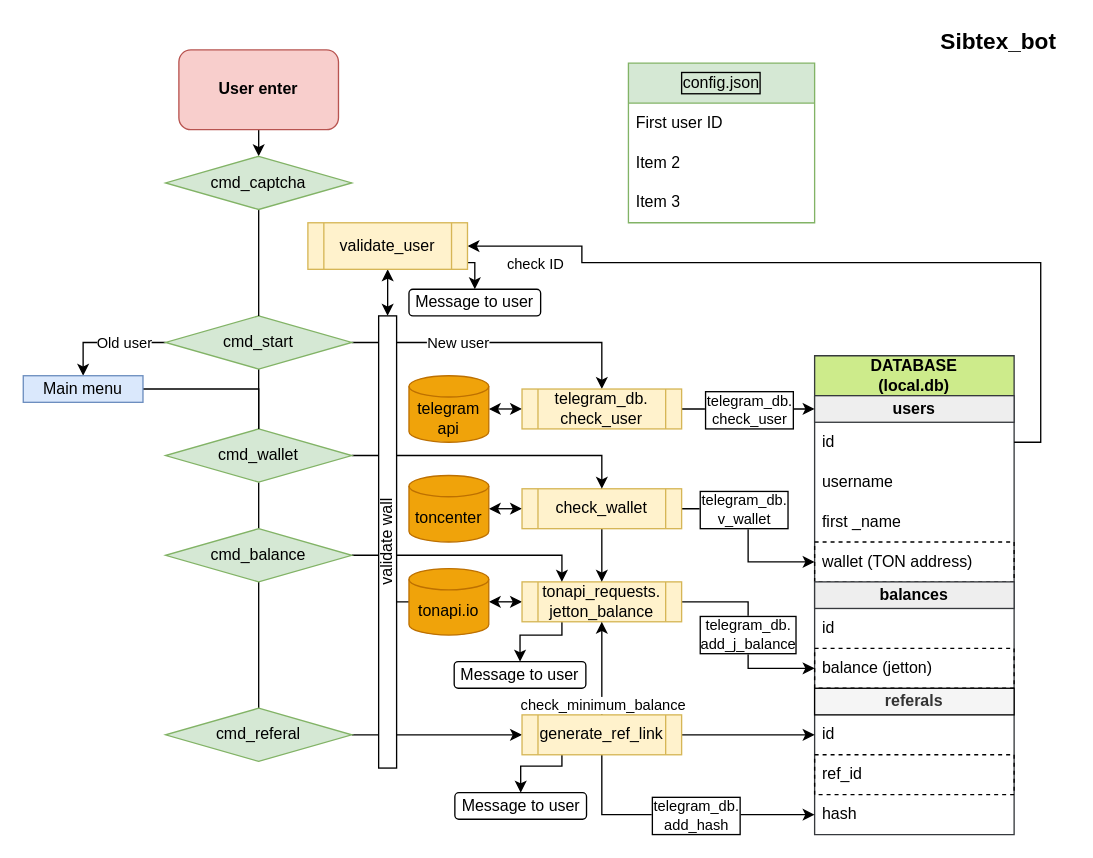
traptor/Sibton keeps this draw.io diagram as sibtex_bot.drawio. Above is the earlier version. Source tidied: cells renumbered, new cells numbered last; positions are measured from the earlier drawing's top-left corner, leaving out a move shared by most shapes. Both pictures are drawn from the tidied source at 133%, with x=0, y=0 at pixel (23, 23).
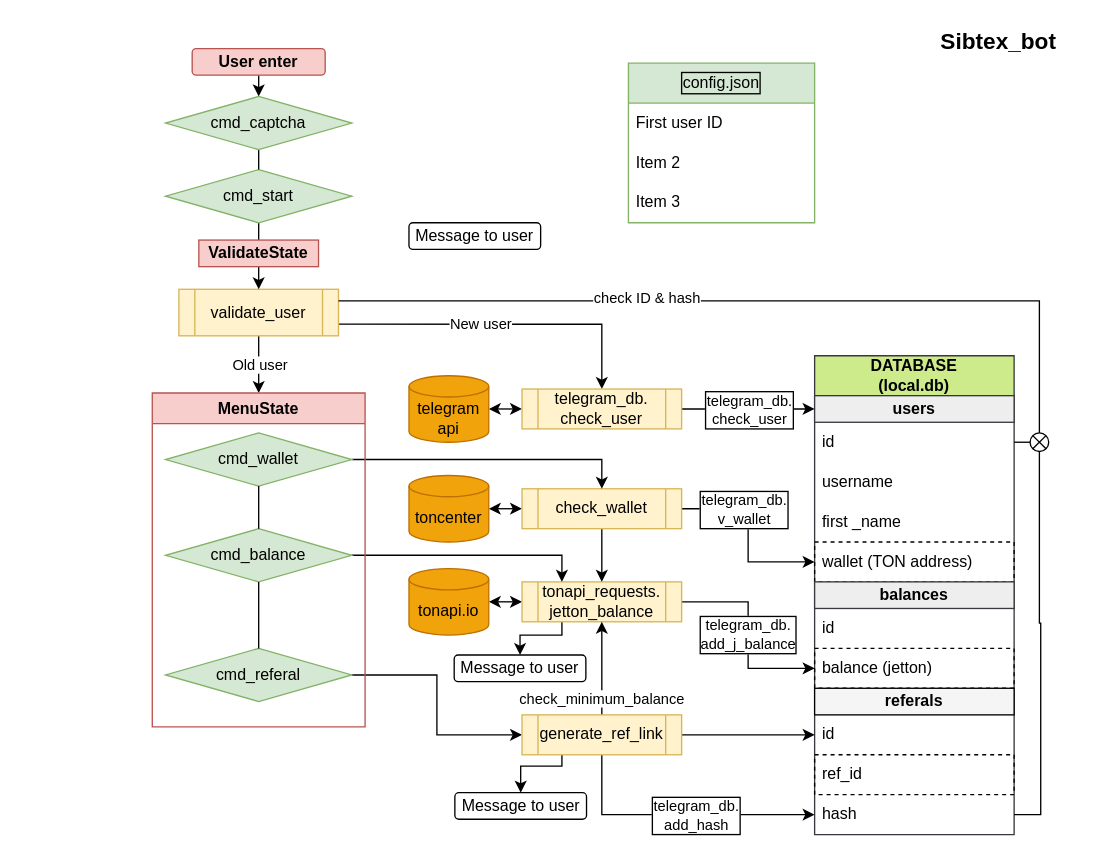
Above is the later version.

Unchanged cells that the change refers to:
```xml
<mxCell id="11" value="DATABASE&lt;br&gt;(local.db)" style="swimlane;fontStyle=1;horizontal=1;startSize=30;whiteSpace=wrap;html=1;fillColor=#cdeb8b;strokeColor=#36393d;" parent="1" vertex="1">
  <mxGeometry x="595" y="250" width="150" height="360" as="geometry" />
</mxCell>
<mxCell id="13" value="id" style="text;strokeColor=none;fillColor=none;align=left;verticalAlign=middle;spacingLeft=4;spacingRight=4;overflow=hidden;points=[[0,0.5],[1,0.5]];portConstraint=eastwest;whiteSpace=wrap;html=1;fontColor=#000000;" parent="11" vertex="1">
  <mxGeometry y="50" width="150" height="30" as="geometry" />
</mxCell>
<mxCell id="23" value="hash" style="text;strokeColor=none;fillColor=none;align=left;verticalAlign=middle;spacingLeft=4;spacingRight=4;overflow=hidden;points=[[0,0.5],[1,0.5]];portConstraint=eastwest;whiteSpace=wrap;html=1;fontColor=#000000;dashed=1;" parent="11" vertex="1">
  <mxGeometry y="330" width="150" height="30" as="geometry" />
</mxCell>
<mxCell id="29" value="tonapi.io" style="shape=cylinder3;whiteSpace=wrap;html=1;boundedLbl=1;backgroundOutline=1;size=8;fillColor=#f0a30a;fontColor=#000000;strokeColor=#BD7000;" parent="1" vertex="1">
  <mxGeometry x="290" y="410" width="60" height="50" as="geometry" />
</mxCell>
<mxCell id="34" value="telegram_db.&lt;br&gt;check_user" style="shape=process;whiteSpace=wrap;html=1;backgroundOutline=1;fillColor=#fff2cc;strokeColor=#d6b656;" parent="1" vertex="1">
  <mxGeometry x="375" y="275" width="120" height="30" as="geometry" />
</mxCell>
<mxCell id="51" style="edgeStyle=orthogonalEdgeStyle;rounded=0;jettySize=auto;html=1;exitX=0.5;exitY=0;exitDx=0;exitDy=0;entryX=0.5;entryY=1;entryDx=0;entryDy=0;endArrow=classic;endFill=1;" parent="1" edge="1" source="57" target="27">
  <mxGeometry relative="1" as="geometry" />
</mxCell>
```

Change to the diagram source:
```diff
@@
     <mxCell id="3" value="&lt;b&gt;User enter&lt;/b&gt;" style="rounded=1;whiteSpace=wrap;html=1;fillColor=#f8cecc;strokeColor=#b85450;" parent="1" vertex="1">
-      <mxGeometry x="117" y="20" width="120" height="60" as="geometry" />
+      <mxGeometry x="127" y="19" width="100" height="20" as="geometry" />
     </mxCell>
-    <mxCell id="4" style="edgeStyle=orthogonalEdgeStyle;rounded=0;jettySize=auto;html=1;fontColor=#000000;entryX=0.5;entryY=0;entryDx=0;entryDy=0;endArrow=classic;endFill=1;exitX=1;exitY=0.5;exitDx=0;exitDy=0;" parent="1" edge="1" source="9" target="34">
+    <mxCell id="4" style="edgeStyle=orthogonalEdgeStyle;rounded=0;jettySize=auto;html=1;fontColor=#000000;entryX=0.5;entryY=0;entryDx=0;entryDy=0;endArrow=classic;endFill=1;exitX=1;exitY=0.75;exitDx=0;exitDy=0;" parent="1" edge="1" source="72" target="34">
       <mxGeometry relative="1" as="geometry">
         <Array as="points">
-          <mxPoint x="435" y="240" />
+          <mxPoint x="435" y="226" />
         </Array>
       </mxGeometry>
     </mxCell>
     <mxCell id="5" value="New user" style="edgeLabel;html=1;align=center;verticalAlign=middle;" parent="4" vertex="1">
       <mxGeometry relative="1" as="geometry">
-        <mxPoint x="-33" as="offset" />
+        <mxPoint x="-16" y="-1" as="offset" />
       </mxGeometry>
     </mxCell>
-    <mxCell id="6" style="edgeStyle=orthogonalEdgeStyle;rounded=0;jettySize=auto;html=1;exitX=0;exitY=0.5;exitDx=0;exitDy=0;fontColor=#000000;entryX=0.5;entryY=0;entryDx=0;entryDy=0;" parent="1" edge="1" source="9" target="50">
+    <mxCell id="6" style="edgeStyle=orthogonalEdgeStyle;rounded=0;jettySize=auto;html=1;fontColor=#000000;startArrow=none;exitX=0.5;exitY=1;exitDx=0;exitDy=0;" parent="1" edge="1" source="72" target="81">
       <mxGeometry relative="1" as="geometry" />
     </mxCell>
     <mxCell id="7" value="Old user" style="edgeLabel;html=1;align=center;verticalAlign=middle;fontColor=#000000;" parent="6" vertex="1">
       <mxGeometry x="0.03" y="3" relative="1" as="geometry">
-        <mxPoint x="13" y="-3" as="offset" />
+        <mxPoint x="-3" y="-1" as="offset" />
       </mxGeometry>
     </mxCell>
-    <mxCell id="8" style="edgeStyle=orthogonalEdgeStyle;rounded=0;jettySize=auto;html=1;exitX=0.5;exitY=1;exitDx=0;exitDy=0;entryX=0.5;entryY=0;entryDx=0;entryDy=0;labelBorderColor=default;startArrow=none;startFill=0;endArrow=none;endFill=0;" parent="1" edge="1" source="9" target="43">
-      <mxGeometry relative="1" as="geometry" />
-    </mxCell>
+    <mxCell id="73" style="edgeStyle=orthogonalEdgeStyle;rounded=0;jettySize=auto;html=1;exitX=0.5;exitY=1;exitDx=0;exitDy=0;entryX=0.5;entryY=0;entryDx=0;entryDy=0;endArrow=none;endFill=0;" parent="1" edge="1" source="9" target="75">
+      <mxGeometry relative="1" as="geometry" />
+    </mxCell>
     <mxCell id="9" value="cmd_start" style="rhombus;whiteSpace=wrap;html=1;labelBackgroundColor=none;labelBorderColor=none;fillColor=#d5e8d4;strokeColor=#82b366;" parent="1" vertex="1">
-      <mxGeometry x="107" y="220" width="140" height="40" as="geometry" />
+      <mxGeometry x="107" y="110" width="140" height="40" as="geometry" />
     </mxCell>
@@
-    <mxCell id="20" value="referals" style="text;strokeColor=#000000;fillColor=#f5f5f5;align=center;verticalAlign=middle;spacingLeft=4;spacingRight=4;overflow=hidden;whiteSpace=wrap;html=1;fontColor=#333333;fontStyle=1;gradientColor=none;" parent="11" vertex="1">
+    <mxCell id="20" value="&lt;font color=&quot;#000000&quot;&gt;referals&lt;/font&gt;" style="text;strokeColor=#000000;fillColor=#f5f5f5;align=center;verticalAlign=middle;spacingLeft=4;spacingRight=4;overflow=hidden;whiteSpace=wrap;html=1;fontColor=#333333;fontStyle=1;gradientColor=none;" parent="11" vertex="1">
       <mxGeometry y="250" width="150" height="20" as="geometry" />
     </mxCell>
@@
-    <mxCell id="28" style="edgeStyle=orthogonalEdgeStyle;rounded=0;jettySize=auto;html=1;startArrow=none;startFill=0;endArrow=none;endFill=0;" parent="1" edge="1" source="29" target="71">
-      <mxGeometry relative="1" as="geometry" />
-    </mxCell>
@@
-    <mxCell id="42" style="edgeStyle=orthogonalEdgeStyle;rounded=0;jettySize=auto;html=1;exitX=0.5;exitY=1;exitDx=0;exitDy=0;labelBorderColor=default;startArrow=none;startFill=0;endArrow=none;endFill=0;entryX=0.5;entryY=0;entryDx=0;entryDy=0;" parent="1" edge="1" source="43" target="46">
-      <mxGeometry relative="1" as="geometry" />
-    </mxCell>
-    <mxCell id="43" value="cmd_wallet" style="rhombus;whiteSpace=wrap;html=1;labelBackgroundColor=none;labelBorderColor=none;fillColor=#d5e8d4;strokeColor=#82b366;" parent="1" vertex="1">
-      <mxGeometry x="107" y="305" width="140" height="40" as="geometry" />
-    </mxCell>
@@
-    <mxCell id="45" style="edgeStyle=orthogonalEdgeStyle;rounded=0;jettySize=auto;html=1;exitX=0.5;exitY=1;exitDx=0;exitDy=0;endArrow=none;endFill=0;" parent="1" edge="1" source="46" target="48">
-      <mxGeometry relative="1" as="geometry" />
-    </mxCell>
-    <mxCell id="46" value="cmd_balance" style="rhombus;whiteSpace=wrap;html=1;labelBackgroundColor=none;labelBorderColor=none;fillColor=#d5e8d4;strokeColor=#82b366;" parent="1" vertex="1">
-      <mxGeometry x="107" y="380" width="140" height="40" as="geometry" />
-    </mxCell>
@@
-    <mxCell id="48" value="cmd_referal" style="rhombus;whiteSpace=wrap;html=1;labelBackgroundColor=none;labelBorderColor=none;fillColor=#d5e8d4;strokeColor=#82b366;" parent="1" vertex="1">
-      <mxGeometry x="107" y="515" width="140" height="40" as="geometry" />
-    </mxCell>
-    <mxCell id="49" style="edgeStyle=orthogonalEdgeStyle;rounded=0;jettySize=auto;html=1;exitX=1;exitY=0.5;exitDx=0;exitDy=0;endArrow=none;endFill=0;entryX=0.5;entryY=0;entryDx=0;entryDy=0;" parent="1" edge="1" source="50" target="43">
-      <mxGeometry relative="1" as="geometry" />
-    </mxCell>
-    <mxCell id="50" value="Main menu" style="rounded=0;whiteSpace=wrap;html=1;fillColor=#dae8fc;strokeColor=#6c8ebf;" parent="1" vertex="1">
-      <mxGeometry y="265" width="90" height="20" as="geometry" />
-    </mxCell>
@@
     <mxCell id="52" value="check_minimum_balance" style="edgeLabel;html=1;align=center;verticalAlign=middle;" parent="51" vertex="1">
       <mxGeometry x="0.36" y="3" relative="1" as="geometry">
-        <mxPoint x="3" y="40" as="offset" />
+        <mxPoint x="2" y="35" as="offset" />
       </mxGeometry>
     </mxCell>
@@
     <mxCell id="58" value="Message to user" style="rounded=1;whiteSpace=wrap;html=1;strokeColor=#000000;gradientColor=none;" parent="1" vertex="1">
-      <mxGeometry x="324" y="480" width="99" height="20" as="geometry" />
+      <mxGeometry x="324" y="475" width="99" height="20" as="geometry" />
     </mxCell>
@@
     <mxCell id="61" value="cmd_captcha" style="rhombus;whiteSpace=wrap;html=1;labelBackgroundColor=none;labelBorderColor=none;fillColor=#d5e8d4;strokeColor=#82b366;" parent="1" vertex="1">
-      <mxGeometry x="107" y="100" width="140" height="40" as="geometry" />
+      <mxGeometry x="107" y="55" width="140" height="40" as="geometry" />
     </mxCell>
-    <mxCell id="62" style="edgeStyle=orthogonalEdgeStyle;rounded=0;jettySize=auto;html=1;entryX=1;entryY=0.5;entryDx=0;entryDy=0;endArrow=none;endFill=0;startArrow=classic;startFill=1;exitX=1;exitY=0.5;exitDx=0;exitDy=0;" parent="1" edge="1" source="72" target="13">
-      <mxGeometry relative="1" as="geometry">
-        <Array as="points">
-          <mxPoint x="420" y="168" />
-          <mxPoint x="420" y="180" />
-          <mxPoint x="765" y="180" />
-          <mxPoint x="765" y="315" />
-        </Array>
-      </mxGeometry>
-    </mxCell>
-    <mxCell id="63" value="check ID" style="edgeLabel;html=1;align=center;verticalAlign=middle;" parent="62" vertex="1">
-      <mxGeometry x="-0.18" y="-2" relative="1" as="geometry">
-        <mxPoint x="-182" y="-2" as="offset" />
-      </mxGeometry>
-    </mxCell>
-    <mxCell id="64" style="edgeStyle=orthogonalEdgeStyle;rounded=0;jettySize=auto;html=1;exitX=0.5;exitY=1;exitDx=0;exitDy=0;entryX=0.5;entryY=0;entryDx=0;entryDy=0;startArrow=classic;startFill=1;endArrow=classic;endFill=1;" parent="1" edge="1" source="72" target="71">
-      <mxGeometry relative="1" as="geometry" />
-    </mxCell>
-    <mxCell id="65" style="edgeStyle=orthogonalEdgeStyle;rounded=0;jettySize=auto;html=1;exitX=1;exitY=1;exitDx=0;exitDy=0;entryX=0.5;entryY=0;entryDx=0;entryDy=0;startArrow=none;startFill=0;endArrow=classic;endFill=1;" parent="1" edge="1" target="70">
-      <mxGeometry relative="1" as="geometry">
-        <mxPoint x="309" y="180" as="sourcePoint" />
-      </mxGeometry>
-    </mxCell>
@@
     <mxCell id="70" value="Message to user" style="rounded=1;whiteSpace=wrap;html=1;strokeColor=#000000;gradientColor=none;" parent="1" vertex="1">
-      <mxGeometry x="290" y="200" width="99" height="20" as="geometry" />
+      <mxGeometry x="290" y="150" width="99" height="20" as="geometry" />
     </mxCell>
-    <mxCell id="71" value="validate wall" style="rounded=0;whiteSpace=wrap;html=1;labelBorderColor=none;strokeColor=default;gradientColor=none;horizontal=0;" parent="1" vertex="1">
-      <mxGeometry x="267.2" y="220" width="13.5" height="340" as="geometry" />
-    </mxCell>
     <mxCell id="72" value="validate_user" style="shape=process;whiteSpace=wrap;html=1;backgroundOutline=1;labelBorderColor=none;strokeColor=#d6b656;fillColor=#fff2cc;" parent="1" vertex="1">
-      <mxGeometry x="214" y="150" width="120" height="35" as="geometry" />
+      <mxGeometry x="117" y="200" width="120" height="35" as="geometry" />
     </mxCell>
+    <mxCell id="74" style="edgeStyle=orthogonalEdgeStyle;rounded=0;jettySize=auto;html=1;exitX=0.5;exitY=1;exitDx=0;exitDy=0;entryX=0.5;entryY=0;entryDx=0;entryDy=0;" parent="1" edge="1" source="75" target="72">
+      <mxGeometry relative="1" as="geometry" />
+    </mxCell>
+    <mxCell id="75" value="&lt;b&gt;ValidateState&lt;/b&gt;" style="rounded=0;whiteSpace=wrap;html=1;fillColor=#f8cecc;strokeColor=#b85450;" parent="1" vertex="1">
+      <mxGeometry x="132" y="163" width="90" height="20" as="geometry" />
+    </mxCell>
+    <mxCell id="76" style="edgeStyle=orthogonalEdgeStyle;rounded=0;jettySize=auto;html=1;exitX=1;exitY=0.5;exitDx=0;exitDy=0;endArrow=none;endFill=0;" parent="1" edge="1" source="23" target="79">
+      <mxGeometry relative="1" as="geometry" />
+    </mxCell>
+    <mxCell id="77" style="edgeStyle=elbowEdgeStyle;rounded=0;jettySize=auto;html=1;exitX=0.5;exitY=0;exitDx=0;exitDy=0;entryX=1;entryY=0.25;entryDx=0;entryDy=0;endArrow=none;endFill=0;" parent="1" edge="1" source="79" target="72">
+      <mxGeometry relative="1" as="geometry">
+        <Array as="points">
+          <mxPoint x="764" y="238" />
+        </Array>
+      </mxGeometry>
+    </mxCell>
+    <mxCell id="78" value="check ID &amp;amp; hash" style="edgeLabel;html=1;align=center;verticalAlign=middle;" parent="77" vertex="1">
+      <mxGeometry x="0.26" y="-2" relative="1" as="geometry" />
+    </mxCell>
+    <mxCell id="79" style="shape=sumEllipse;perimeter=ellipsePerimeter;whiteSpace=wrap;html=1;backgroundOutline=1;" parent="1" vertex="1">
+      <mxGeometry x="757" y="308" width="14" height="14" as="geometry" />
+    </mxCell>
+    <mxCell id="80" style="edgeStyle=elbowEdgeStyle;rounded=0;jettySize=auto;html=1;exitX=1;exitY=0.5;exitDx=0;exitDy=0;entryX=0;entryY=0.5;entryDx=0;entryDy=0;endArrow=none;endFill=0;" parent="1" edge="1" source="13" target="79">
+      <mxGeometry relative="1" as="geometry" />
+    </mxCell>
+    <mxCell id="81" value="MenuState" style="swimlane;whiteSpace=wrap;html=1;fillColor=#f8cecc;strokeColor=#b85450;" parent="1" vertex="1">
+      <mxGeometry x="97" y="278" width="160" height="251" as="geometry" />
+    </mxCell>
+    <mxCell id="43" value="cmd_wallet" style="rhombus;whiteSpace=wrap;html=1;labelBackgroundColor=none;labelBorderColor=none;fillColor=#d5e8d4;strokeColor=#82b366;" parent="81" vertex="1">
+      <mxGeometry x="10" y="30" width="140" height="40" as="geometry" />
+    </mxCell>
+    <mxCell id="46" value="cmd_balance" style="rhombus;whiteSpace=wrap;html=1;labelBackgroundColor=none;labelBorderColor=none;fillColor=#d5e8d4;strokeColor=#82b366;" parent="81" vertex="1">
+      <mxGeometry x="10" y="102" width="140" height="40" as="geometry" />
+    </mxCell>
+    <mxCell id="42" style="edgeStyle=orthogonalEdgeStyle;rounded=0;jettySize=auto;html=1;exitX=0.5;exitY=1;exitDx=0;exitDy=0;labelBorderColor=default;startArrow=none;startFill=0;endArrow=none;endFill=0;entryX=0.5;entryY=0;entryDx=0;entryDy=0;" parent="81" edge="1" source="43" target="46">
+      <mxGeometry relative="1" as="geometry" />
+    </mxCell>
+    <mxCell id="48" value="cmd_referal" style="rhombus;whiteSpace=wrap;html=1;labelBackgroundColor=none;labelBorderColor=none;fillColor=#d5e8d4;strokeColor=#82b366;" parent="81" vertex="1">
+      <mxGeometry x="10" y="192" width="140" height="40" as="geometry" />
+    </mxCell>
+    <mxCell id="45" style="edgeStyle=orthogonalEdgeStyle;rounded=0;jettySize=auto;html=1;exitX=0.5;exitY=1;exitDx=0;exitDy=0;endArrow=none;endFill=0;" parent="81" edge="1" source="46" target="48">
+      <mxGeometry relative="1" as="geometry" />
+    </mxCell>
```
